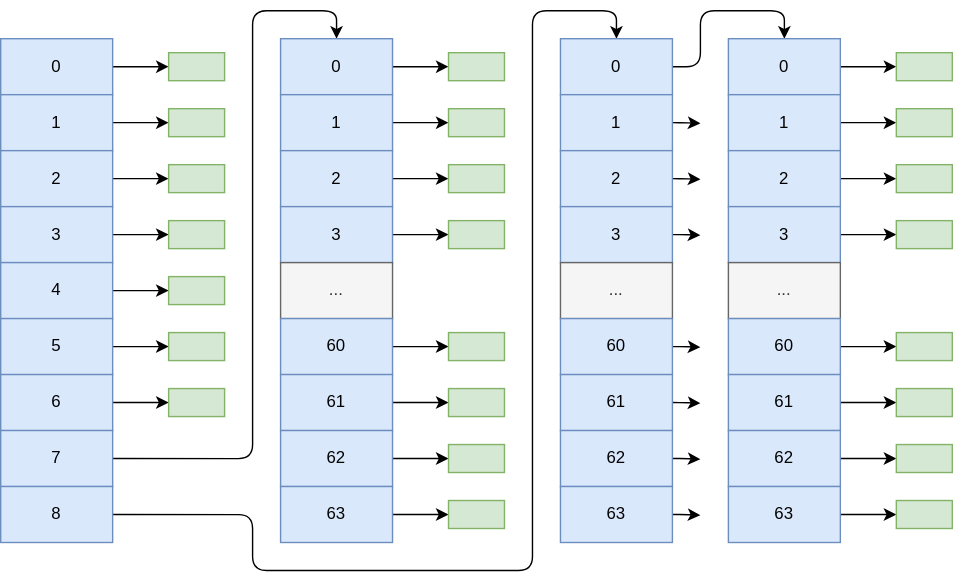
This is docs/11 文件系统/images/inode.drawio.svg from StevenBaby/onix, a draw.io export, as it was before one commit. Source tidied: cells renumbered, new cells last; positions are measured from the earlier drawing's top-left corner, leaving out a move shared by most shapes.
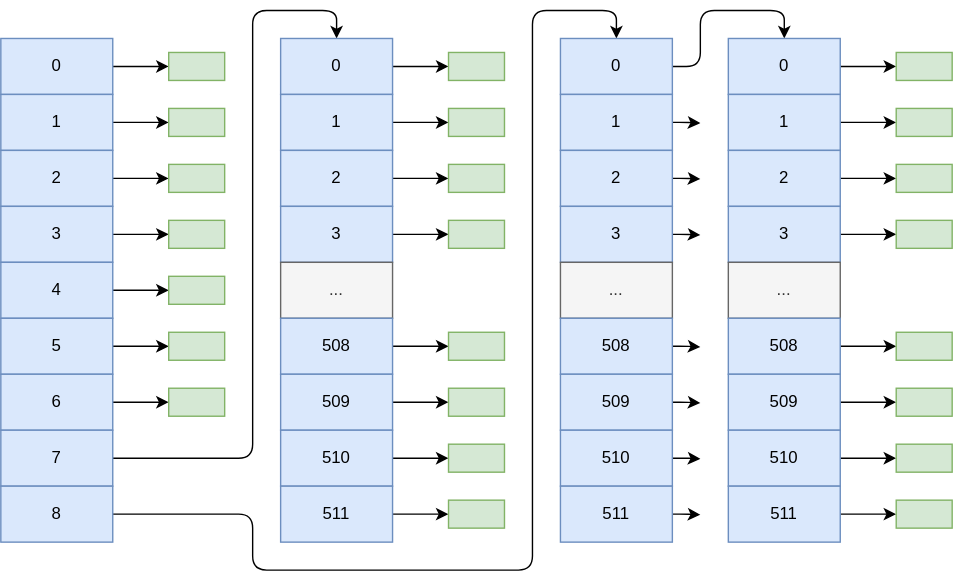
The same file after the commit.

Commit message:
✨ 086 文件系统 inode

Change to the diagram source:
```diff
@@ -121,25 +121,25 @@
     <mxCell id="36" style="edgeStyle=orthogonalEdgeStyle;html=1;exitX=1;exitY=0.5;exitDx=0;exitDy=0;entryX=0;entryY=0.5;entryDx=0;entryDy=0;" parent="1" edge="1" source="37" target="48">
       <mxGeometry relative="1" as="geometry" />
     </mxCell>
-    <mxCell id="37" value="60" style="rounded=0;whiteSpace=wrap;html=1;fillColor=#dae8fc;strokeColor=#6c8ebf;" parent="1" vertex="1">
+    <mxCell id="37" value="508" style="rounded=0;whiteSpace=wrap;html=1;fillColor=#dae8fc;strokeColor=#6c8ebf;" parent="1" vertex="1">
       <mxGeometry x="200" y="220" width="80" height="40" as="geometry" />
     </mxCell>
     <mxCell id="38" style="edgeStyle=orthogonalEdgeStyle;html=1;exitX=1;exitY=0.5;exitDx=0;exitDy=0;entryX=0;entryY=0.5;entryDx=0;entryDy=0;" parent="1" edge="1" source="39" target="49">
       <mxGeometry relative="1" as="geometry" />
     </mxCell>
-    <mxCell id="39" value="61" style="rounded=0;whiteSpace=wrap;html=1;fillColor=#dae8fc;strokeColor=#6c8ebf;" parent="1" vertex="1">
+    <mxCell id="39" value="509" style="rounded=0;whiteSpace=wrap;html=1;fillColor=#dae8fc;strokeColor=#6c8ebf;" parent="1" vertex="1">
       <mxGeometry x="200" y="260" width="80" height="40" as="geometry" />
     </mxCell>
     <mxCell id="40" style="edgeStyle=orthogonalEdgeStyle;html=1;exitX=1;exitY=0.5;exitDx=0;exitDy=0;entryX=0;entryY=0.5;entryDx=0;entryDy=0;" parent="1" edge="1" source="41" target="50">
       <mxGeometry relative="1" as="geometry" />
     </mxCell>
-    <mxCell id="41" value="62" style="rounded=0;whiteSpace=wrap;html=1;fillColor=#dae8fc;strokeColor=#6c8ebf;" parent="1" vertex="1">
+    <mxCell id="41" value="510" style="rounded=0;whiteSpace=wrap;html=1;fillColor=#dae8fc;strokeColor=#6c8ebf;" parent="1" vertex="1">
       <mxGeometry x="200" y="300" width="80" height="40" as="geometry" />
     </mxCell>
     <mxCell id="42" style="edgeStyle=orthogonalEdgeStyle;html=1;exitX=1;exitY=0.5;exitDx=0;exitDy=0;entryX=0;entryY=0.5;entryDx=0;entryDy=0;" parent="1" edge="1" source="43" target="51">
       <mxGeometry relative="1" as="geometry" />
     </mxCell>
-    <mxCell id="43" value="63" style="rounded=0;whiteSpace=wrap;html=1;fillColor=#dae8fc;strokeColor=#6c8ebf;" parent="1" vertex="1">
+    <mxCell id="43" value="511" style="rounded=0;whiteSpace=wrap;html=1;fillColor=#dae8fc;strokeColor=#6c8ebf;" parent="1" vertex="1">
       <mxGeometry x="200" y="340" width="80" height="40" as="geometry" />
     </mxCell>
     <mxCell id="44" style="rounded=0;whiteSpace=wrap;html=1;fillColor=#d5e8d4;strokeColor=#82b366;" parent="1" vertex="1">
@@ -210,7 +210,7 @@
         <mxPoint x="500" y="240.5" as="targetPoint" />
       </mxGeometry>
     </mxCell>
-    <mxCell id="62" value="60" style="rounded=0;whiteSpace=wrap;html=1;fillColor=#dae8fc;strokeColor=#6c8ebf;" parent="1" vertex="1">
+    <mxCell id="62" value="508" style="rounded=0;whiteSpace=wrap;html=1;fillColor=#dae8fc;strokeColor=#6c8ebf;" parent="1" vertex="1">
       <mxGeometry x="400" y="220" width="80" height="40" as="geometry" />
     </mxCell>
     <mxCell id="63" style="edgeStyle=orthogonalEdgeStyle;html=1;exitX=1;exitY=0.5;exitDx=0;exitDy=0;" parent="1" edge="1" source="64">
@@ -218,7 +218,7 @@
         <mxPoint x="500" y="280.5" as="targetPoint" />
       </mxGeometry>
     </mxCell>
-    <mxCell id="64" value="61" style="rounded=0;whiteSpace=wrap;html=1;fillColor=#dae8fc;strokeColor=#6c8ebf;" parent="1" vertex="1">
+    <mxCell id="64" value="509" style="rounded=0;whiteSpace=wrap;html=1;fillColor=#dae8fc;strokeColor=#6c8ebf;" parent="1" vertex="1">
       <mxGeometry x="400" y="260" width="80" height="40" as="geometry" />
     </mxCell>
     <mxCell id="65" style="edgeStyle=orthogonalEdgeStyle;html=1;exitX=1;exitY=0.5;exitDx=0;exitDy=0;" parent="1" edge="1" source="66">
@@ -226,7 +226,7 @@
         <mxPoint x="500" y="320.5" as="targetPoint" />
       </mxGeometry>
     </mxCell>
-    <mxCell id="66" value="62" style="rounded=0;whiteSpace=wrap;html=1;fillColor=#dae8fc;strokeColor=#6c8ebf;" parent="1" vertex="1">
+    <mxCell id="66" value="510" style="rounded=0;whiteSpace=wrap;html=1;fillColor=#dae8fc;strokeColor=#6c8ebf;" parent="1" vertex="1">
       <mxGeometry x="400" y="300" width="80" height="40" as="geometry" />
     </mxCell>
     <mxCell id="67" style="edgeStyle=orthogonalEdgeStyle;html=1;exitX=1;exitY=0.5;exitDx=0;exitDy=0;" parent="1" edge="1" source="68">
@@ -234,7 +234,7 @@
         <mxPoint x="500" y="360.5" as="targetPoint" />
       </mxGeometry>
     </mxCell>
-    <mxCell id="68" value="63" style="rounded=0;whiteSpace=wrap;html=1;fillColor=#dae8fc;strokeColor=#6c8ebf;" parent="1" vertex="1">
+    <mxCell id="68" value="511" style="rounded=0;whiteSpace=wrap;html=1;fillColor=#dae8fc;strokeColor=#6c8ebf;" parent="1" vertex="1">
       <mxGeometry x="400" y="340" width="80" height="40" as="geometry" />
     </mxCell>
     <mxCell id="69" style="edgeStyle=orthogonalEdgeStyle;html=1;exitX=1;exitY=0.5;exitDx=0;exitDy=0;entryX=0;entryY=0.5;entryDx=0;entryDy=0;" parent="1" edge="1" source="70" target="86">
@@ -267,25 +267,25 @@
     <mxCell id="78" style="edgeStyle=orthogonalEdgeStyle;html=1;exitX=1;exitY=0.5;exitDx=0;exitDy=0;entryX=0;entryY=0.5;entryDx=0;entryDy=0;" parent="1" edge="1" source="79" target="90">
       <mxGeometry relative="1" as="geometry" />
     </mxCell>
-    <mxCell id="79" value="60" style="rounded=0;whiteSpace=wrap;html=1;fillColor=#dae8fc;strokeColor=#6c8ebf;" parent="1" vertex="1">
+    <mxCell id="79" value="508" style="rounded=0;whiteSpace=wrap;html=1;fillColor=#dae8fc;strokeColor=#6c8ebf;" parent="1" vertex="1">
       <mxGeometry x="520" y="220" width="80" height="40" as="geometry" />
     </mxCell>
     <mxCell id="80" style="edgeStyle=orthogonalEdgeStyle;html=1;exitX=1;exitY=0.5;exitDx=0;exitDy=0;entryX=0;entryY=0.5;entryDx=0;entryDy=0;" parent="1" edge="1" source="81" target="91">
       <mxGeometry relative="1" as="geometry" />
     </mxCell>
-    <mxCell id="81" value="61" style="rounded=0;whiteSpace=wrap;html=1;fillColor=#dae8fc;strokeColor=#6c8ebf;" parent="1" vertex="1">
+    <mxCell id="81" value="509" style="rounded=0;whiteSpace=wrap;html=1;fillColor=#dae8fc;strokeColor=#6c8ebf;" parent="1" vertex="1">
       <mxGeometry x="520" y="260" width="80" height="40" as="geometry" />
     </mxCell>
     <mxCell id="82" style="edgeStyle=orthogonalEdgeStyle;html=1;exitX=1;exitY=0.5;exitDx=0;exitDy=0;entryX=0;entryY=0.5;entryDx=0;entryDy=0;" parent="1" edge="1" source="83" target="92">
       <mxGeometry relative="1" as="geometry" />
     </mxCell>
-    <mxCell id="83" value="62" style="rounded=0;whiteSpace=wrap;html=1;fillColor=#dae8fc;strokeColor=#6c8ebf;" parent="1" vertex="1">
+    <mxCell id="83" value="510" style="rounded=0;whiteSpace=wrap;html=1;fillColor=#dae8fc;strokeColor=#6c8ebf;" parent="1" vertex="1">
       <mxGeometry x="520" y="300" width="80" height="40" as="geometry" />
     </mxCell>
     <mxCell id="84" style="edgeStyle=orthogonalEdgeStyle;html=1;exitX=1;exitY=0.5;exitDx=0;exitDy=0;entryX=0;entryY=0.5;entryDx=0;entryDy=0;" parent="1" edge="1" source="85" target="93">
       <mxGeometry relative="1" as="geometry" />
     </mxCell>
-    <mxCell id="85" value="63" style="rounded=0;whiteSpace=wrap;html=1;fillColor=#dae8fc;strokeColor=#6c8ebf;" parent="1" vertex="1">
+    <mxCell id="85" value="511" style="rounded=0;whiteSpace=wrap;html=1;fillColor=#dae8fc;strokeColor=#6c8ebf;" parent="1" vertex="1">
       <mxGeometry x="520" y="340" width="80" height="40" as="geometry" />
     </mxCell>
     <mxCell id="86" style="rounded=0;whiteSpace=wrap;html=1;fillColor=#d5e8d4;strokeColor=#82b366;" parent="1" vertex="1">
```
